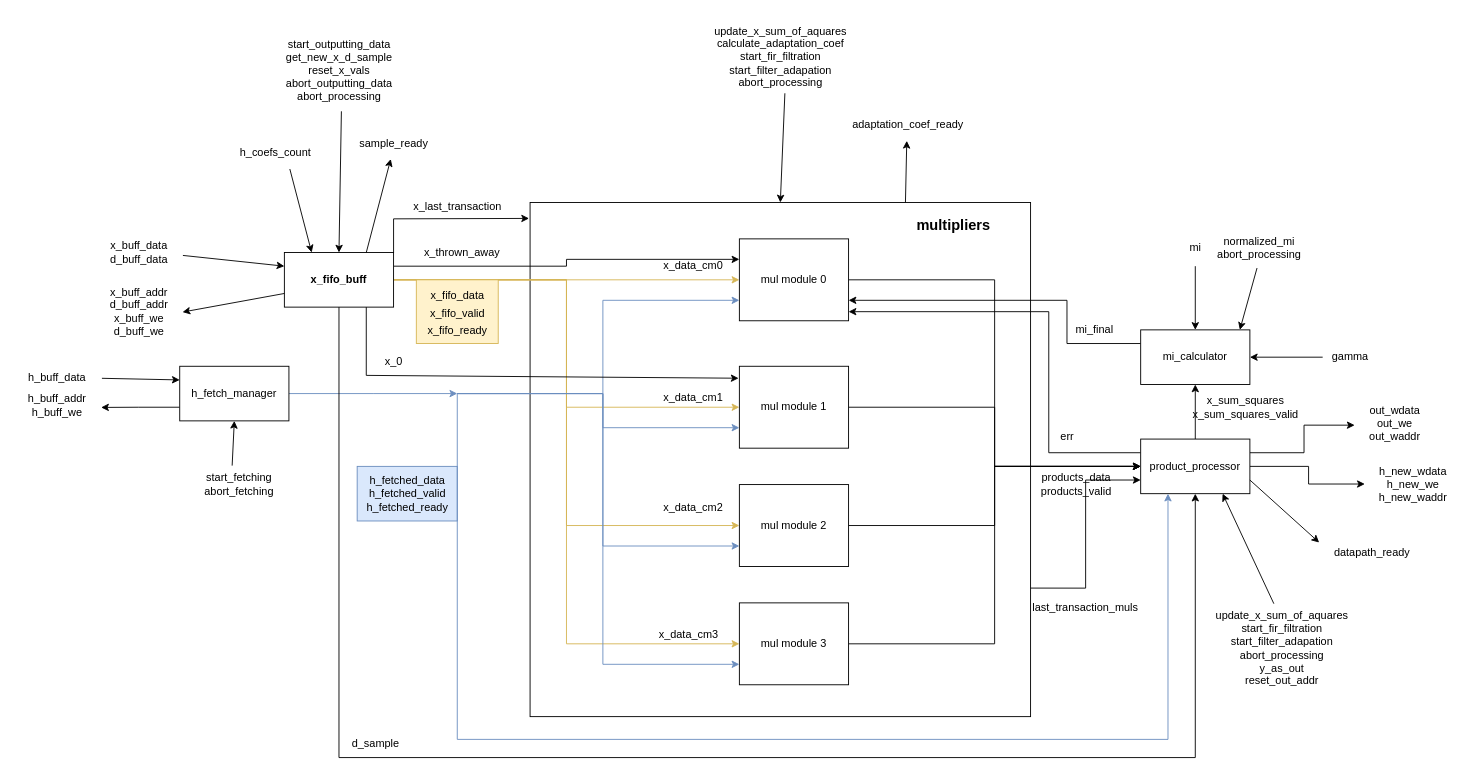
Earlier version of the draw.io diagram docs/datapath.drawio (Nowiczok/nlms_filter_acc). Source tidied: cells renumbered, new cells numbered last; positions are measured from the earlier drawing's top-left corner, leaving out a move shared by most shapes. Both pictures are drawn from the tidied source at 91%, with x=0, y=0 at pixel (15, 15).
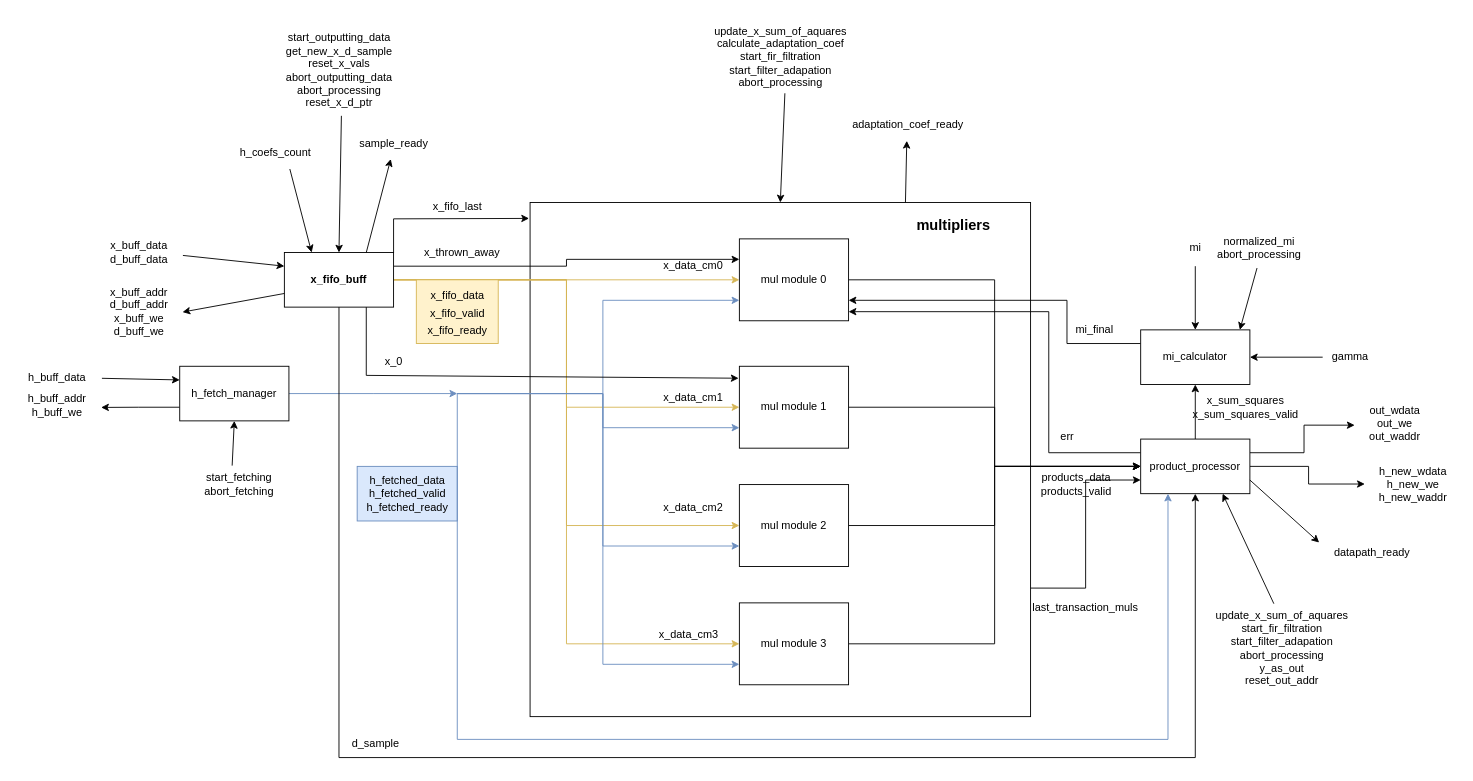
Above is the later version.

Commit message (it also covers changes not shown here):
first sketch of bram module and x_fifo_buff

What changed in the source:
```diff
@@
-    <mxCell id="38" value="start_outputting_data&lt;br&gt;get_new_x_d_sample&lt;br&gt;reset_x_vals&lt;br&gt;abort_outputting_data&lt;br&gt;abort_processing" style="text;html=1;align=center;verticalAlign=middle;points=[];strokeColor=none;fillColor=none;" parent="1" vertex="1">
-      <mxGeometry x="285" y="15" width="140" height="90" as="geometry" />
+    <mxCell id="38" value="start_outputting_data&lt;br&gt;get_new_x_d_sample&lt;br&gt;reset_x_vals&lt;br&gt;abort_outputting_data&lt;br&gt;abort_processing&lt;br&gt;reset_x_d_ptr" style="text;html=1;align=center;verticalAlign=middle;points=[];strokeColor=none;fillColor=none;" parent="1" vertex="1">
+      <mxGeometry x="285" y="10" width="140" height="100" as="geometry" />
     </mxCell>
@@
-    <mxCell id="69" value="x_last_transaction" style="text;html=1;align=center;verticalAlign=middle;strokeColor=none;fillColor=none;fontSize=12;" parent="1" vertex="1">
-      <mxGeometry x="425" y="195" width="120" height="30" as="geometry" />
+    <mxCell id="69" value="x_fifo_last" style="text;html=1;align=center;verticalAlign=middle;strokeColor=none;fillColor=none;fontSize=12;" parent="1" vertex="1">
+      <mxGeometry x="445" y="195" width="80" height="30" as="geometry" />
     </mxCell>
```
